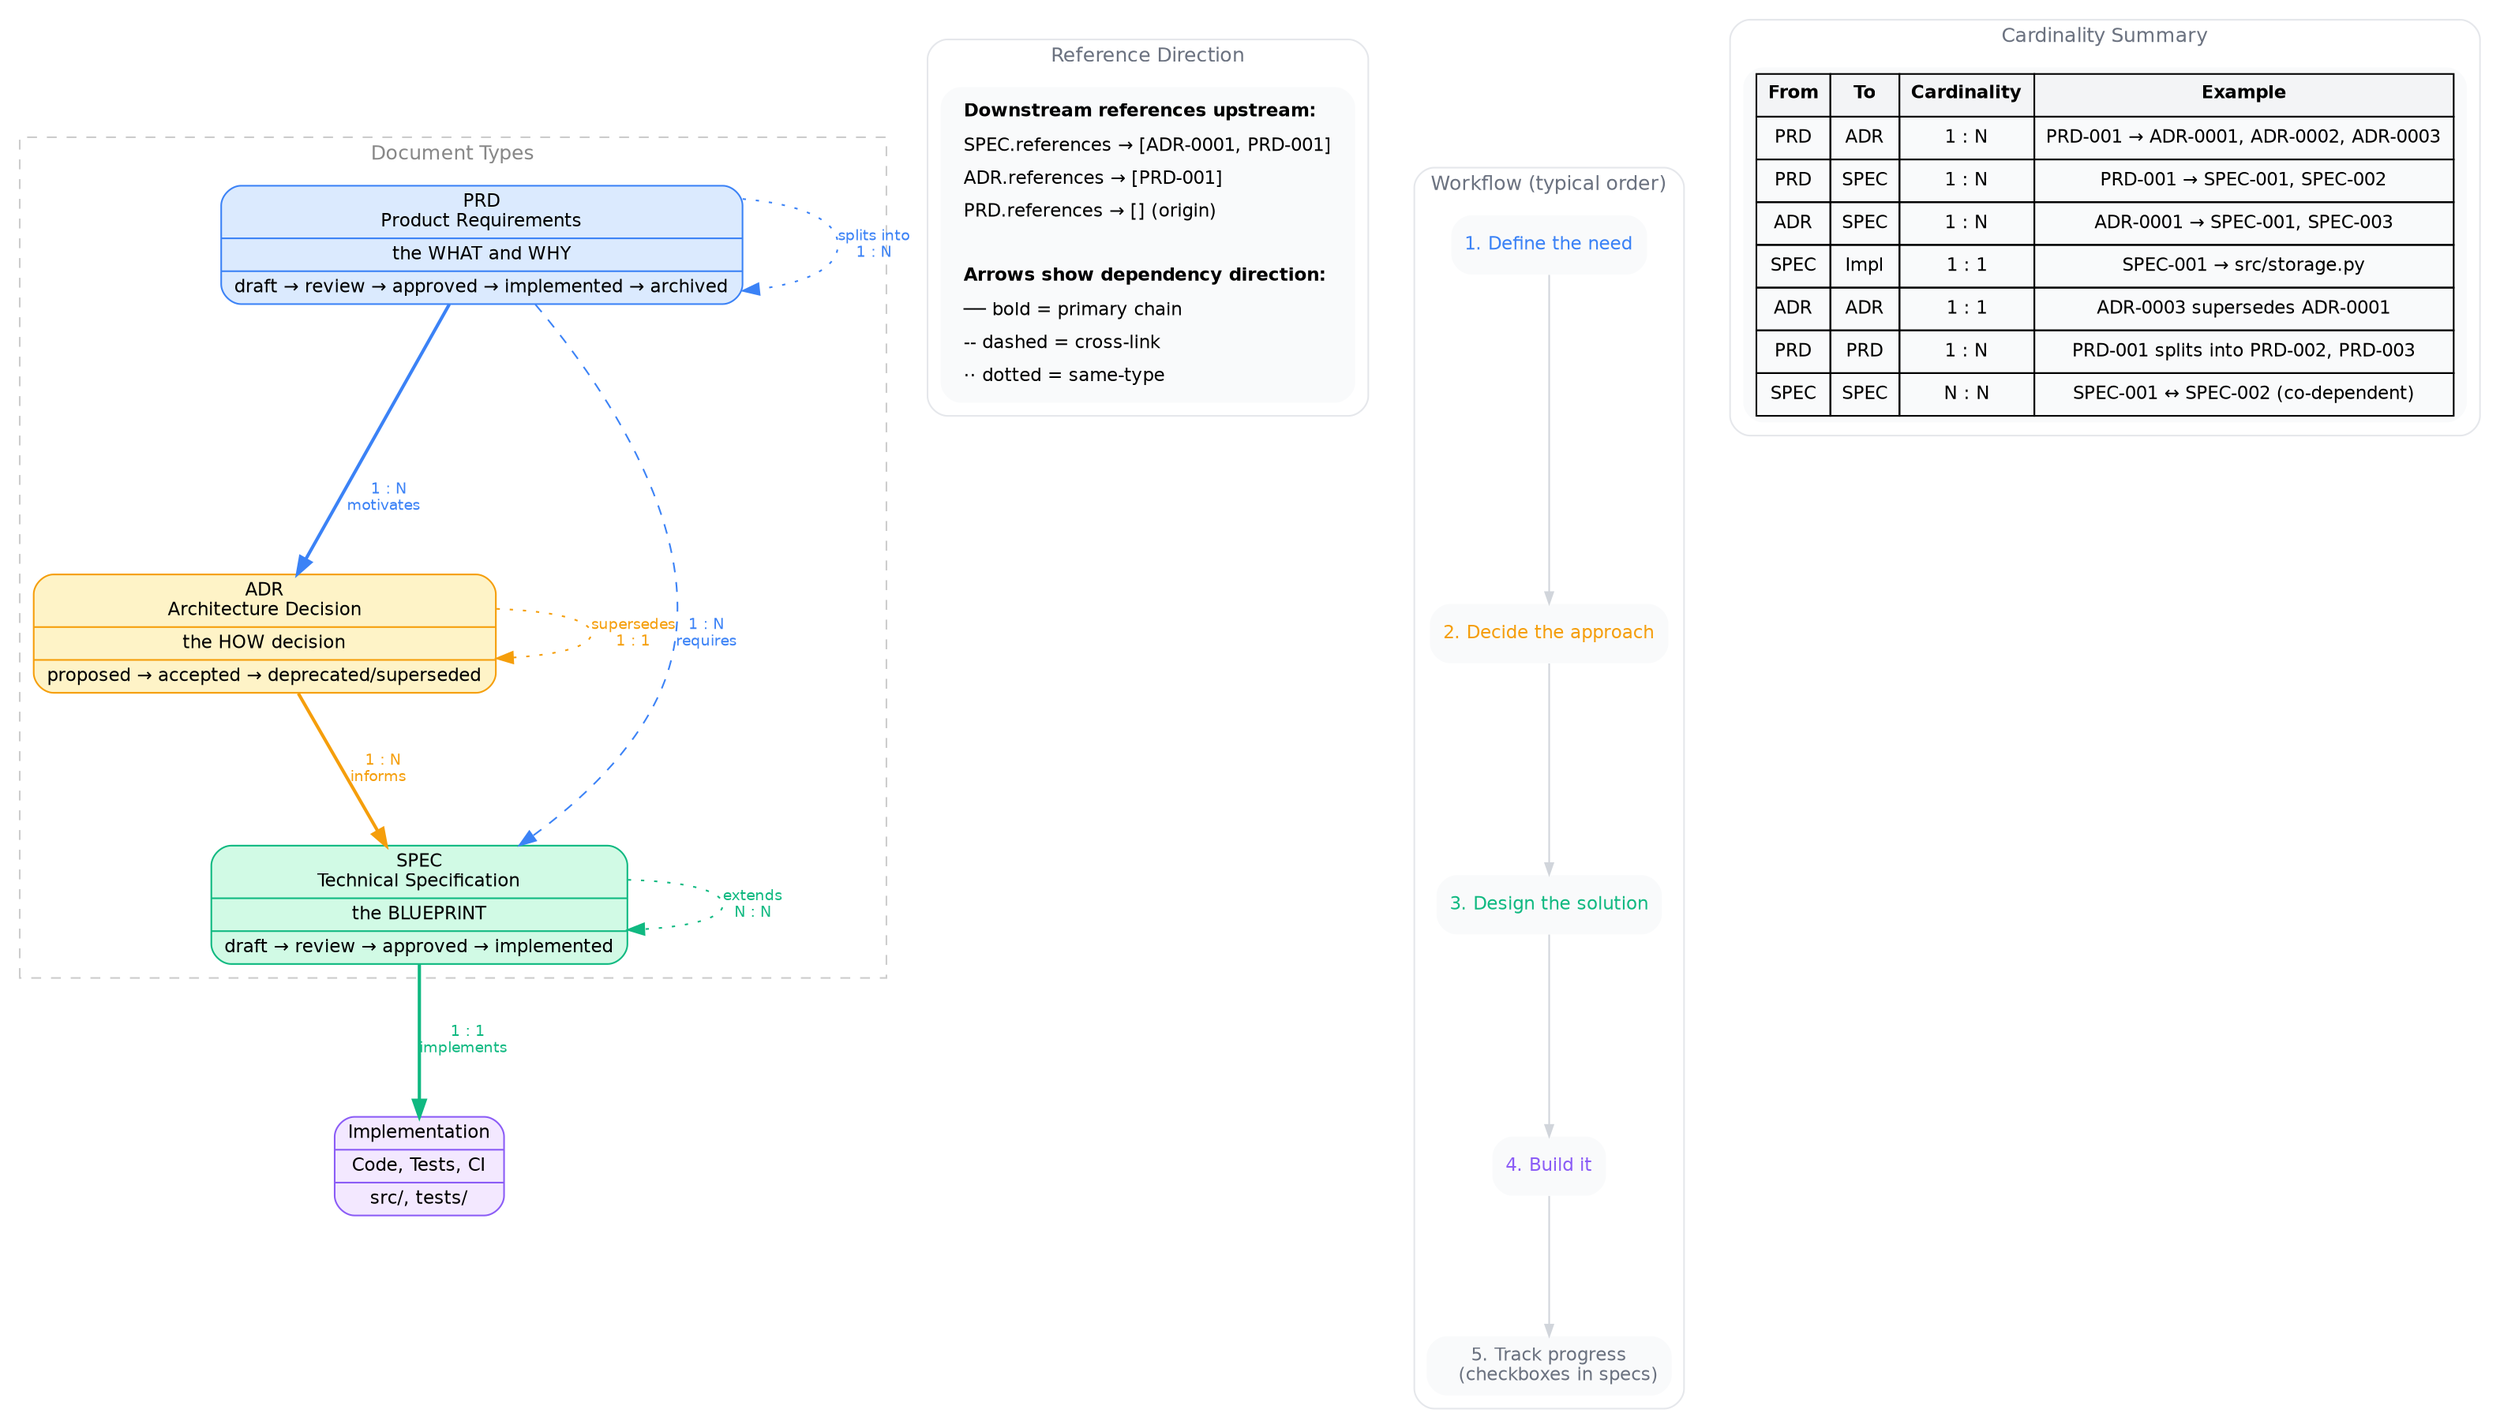
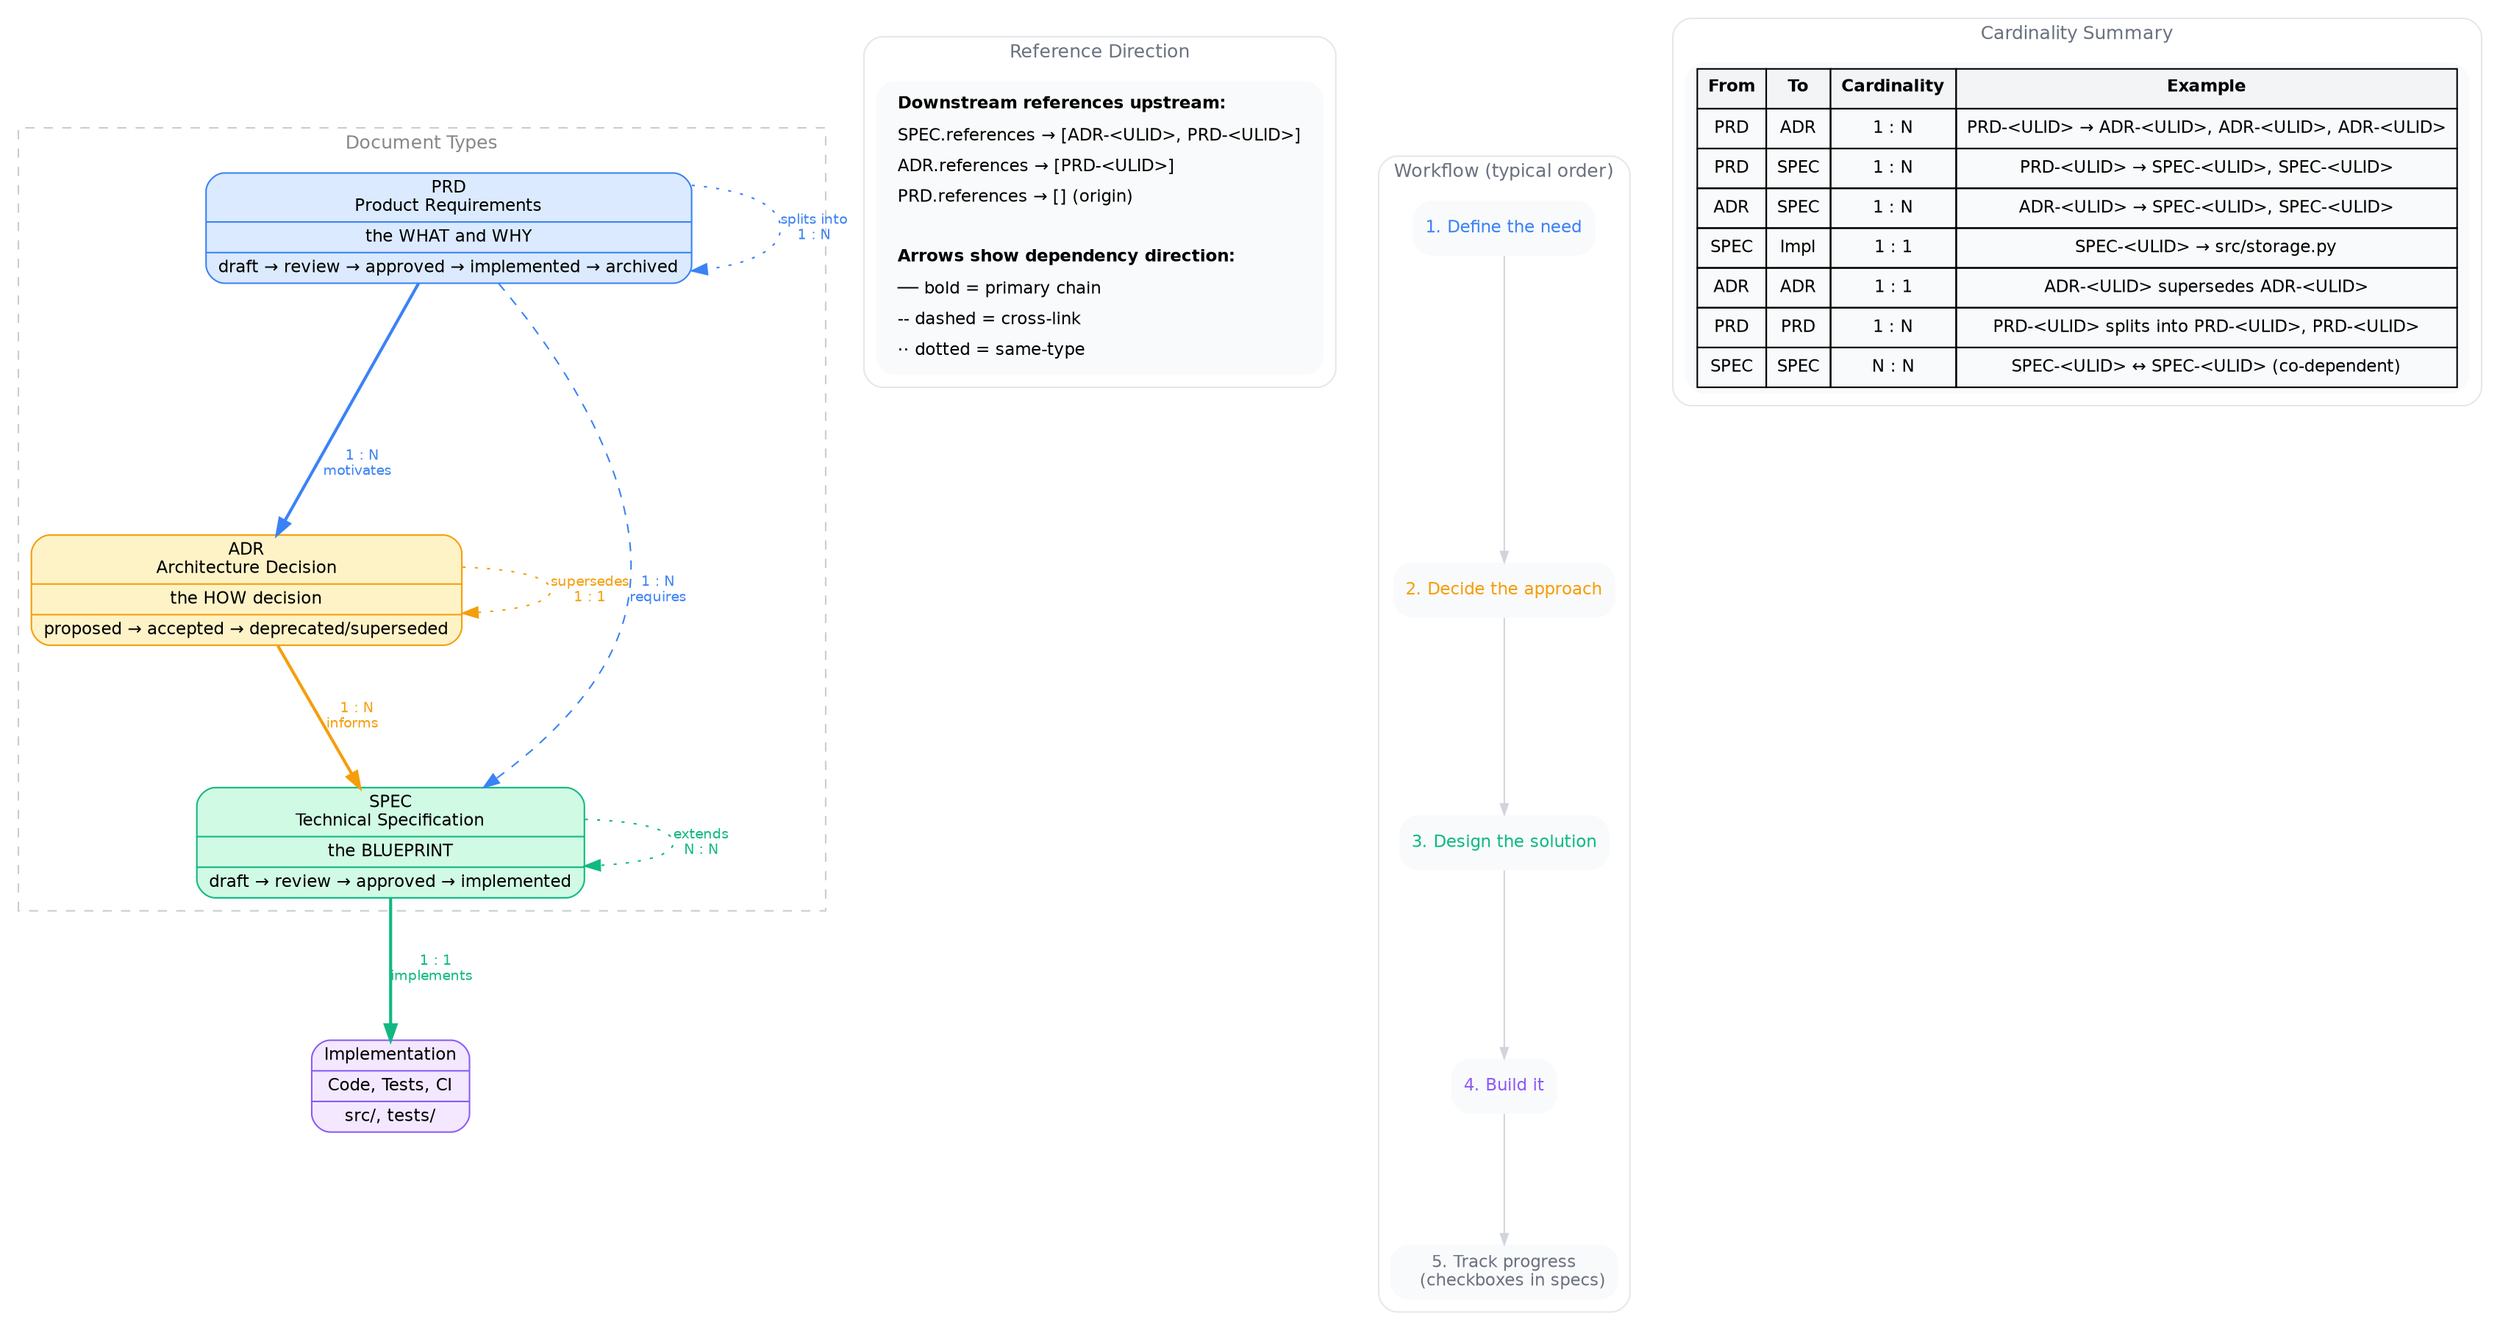
digraph decree_model {
    // ── Global ──────────────────────────────────────────────
    rankdir=TB
    fontname="Helvetica"
    fontsize=12
    bgcolor="white"
    newrank=true
    compound=true
    nodesep=0.8
    ranksep=1.0

    // ── Node defaults ───────────────────────────────────────
    node [
        fontname="Helvetica"
        fontsize=11
        style="filled,rounded"
        shape=record
    ]
    edge [
        fontname="Helvetica"
        fontsize=9
        color="#555555"
    ]

    // ════════════════════════════════════════════════════════
    // DOCUMENT TYPES
    // ════════════════════════════════════════════════════════

    subgraph cluster_docs {
        label="Document Types"
        style="dashed"
        color="#cccccc"
        fontcolor="#888888"

        prd [
            label="{PRD\nProduct Requirements|the WHAT and WHY|draft → review → approved → implemented → archived}"
            fillcolor="#dbeafe"
            color="#3b82f6"
        ]

        adr [
            label="{ADR\nArchitecture Decision|the HOW decision|proposed → accepted → deprecated/superseded}"
            fillcolor="#fef3c7"
            color="#f59e0b"
        ]

        spec [
            label="{SPEC\nTechnical Specification|the BLUEPRINT|draft → review → approved → implemented}"
            fillcolor="#d1fae5"
            color="#10b981"
        ]
    }

    // ════════════════════════════════════════════════════════
    // IMPLEMENTATION (not a decree doc — the actual code)
    // ════════════════════════════════════════════════════════

    impl [
        label="{Implementation|Code, Tests, CI|src/, tests/}"
        fillcolor="#f3e8ff"
        color="#8b5cf6"
        shape=record
    ]

    // ════════════════════════════════════════════════════════
    // CROSS-TYPE RELATIONSHIPS
    // ════════════════════════════════════════════════════════

    // PRD → ADR: one feature needs multiple architecture decisions
    prd -> adr [
        label="  1 : N\nmotivates"
        style="bold"
        color="#3b82f6"
        fontcolor="#3b82f6"
    ]

    // PRD → SPEC: one feature needs multiple technical designs
    prd -> spec [
        label="1 : N  \nrequires  "
        style="dashed"
        color="#3b82f6"
        fontcolor="#3b82f6"
    ]

    // ADR → SPEC: one decision informs multiple specs
    adr -> spec [
        label="  1 : N\ninforms"
        style="bold"
        color="#f59e0b"
        fontcolor="#f59e0b"
    ]

    // SPEC → Implementation: one spec = one implementation unit
    spec -> impl [
        label="  1 : 1\nimplements"
        style="bold"
        color="#10b981"
        fontcolor="#10b981"
    ]

    // ════════════════════════════════════════════════════════
    // SAME-TYPE RELATIONSHIPS
    // ════════════════════════════════════════════════════════

    // ADR supersedes ADR
    adr -> adr [
        label="supersedes\n1 : 1"
        style="dotted"
        color="#f59e0b"
        fontcolor="#f59e0b"
        constraint=false
    ]

    // PRD lineage (split/merge)
    prd -> prd [
        label="splits into\n1 : N"
        style="dotted"
        color="#3b82f6"
        fontcolor="#3b82f6"
        constraint=false
    ]

    // SPEC extends SPEC
    spec -> spec [
        label="extends\nN : N"
        style="dotted"
        color="#10b981"
        fontcolor="#10b981"
        constraint=false
    ]

    // ════════════════════════════════════════════════════════
    // REFERENCE DIRECTION ANNOTATION
    // ════════════════════════════════════════════════════════

    subgraph cluster_legend {
        label="Reference Direction"
        style="rounded"
        color="#e5e7eb"
        fillcolor="#f9fafb"
        fontcolor="#6b7280"

        legend [
            shape=plaintext
            fillcolor="#f9fafb"
            label=<
<TABLE BORDER="0" CELLBORDER="0" CELLSPACING="4">
  <TR><TD ALIGN="LEFT"><B>Downstream references upstream:</B></TD></TR>
-   <TR><TD ALIGN="LEFT">SPEC.references → [ADR-0001, PRD-001]</TD></TR>
-   <TR><TD ALIGN="LEFT">ADR.references → [PRD-001]</TD></TR>
+   <TR><TD ALIGN="LEFT">SPEC.references → [ADR-&lt;ULID&gt;, PRD-&lt;ULID&gt;]</TD></TR>
+   <TR><TD ALIGN="LEFT">ADR.references → [PRD-&lt;ULID&gt;]</TD></TR>
  <TR><TD ALIGN="LEFT">PRD.references → [] (origin)</TD></TR>
  <TR><TD ALIGN="LEFT"> </TD></TR>
  <TR><TD ALIGN="LEFT"><B>Arrows show dependency direction:</B></TD></TR>
  <TR><TD ALIGN="LEFT">── bold = primary chain</TD></TR>
  <TR><TD ALIGN="LEFT">-- dashed = cross-link</TD></TR>
  <TR><TD ALIGN="LEFT">·· dotted = same-type</TD></TR>
</TABLE>
            >
        ]
    }

    // ════════════════════════════════════════════════════════
    // WORKFLOW STEPS
    // ════════════════════════════════════════════════════════

    subgraph cluster_workflow {
        label="Workflow (typical order)"
        style="rounded"
        color="#e5e7eb"
        fillcolor="#f9fafb"
        fontcolor="#6b7280"

        step1 [label="1. Define the need" shape=plaintext fillcolor="#f9fafb" fontcolor="#3b82f6"]
        step2 [label="2. Decide the approach" shape=plaintext fillcolor="#f9fafb" fontcolor="#f59e0b"]
        step3 [label="3. Design the solution" shape=plaintext fillcolor="#f9fafb" fontcolor="#10b981"]
        step4 [label="4. Build it" shape=plaintext fillcolor="#f9fafb" fontcolor="#8b5cf6"]
        step5 [label="5. Track progress\n   (checkboxes in specs)" shape=plaintext fillcolor="#f9fafb" fontcolor="#6b7280"]

        step1 -> step2 -> step3 -> step4 -> step5 [
            color="#d1d5db"
            arrowsize=0.7
        ]
    }

    // ════════════════════════════════════════════════════════
    // CARDINALITY SUMMARY
    // ════════════════════════════════════════════════════════

    subgraph cluster_cardinality {
        label="Cardinality Summary"
        style="rounded"
        color="#e5e7eb"
        fillcolor="#f9fafb"
        fontcolor="#6b7280"

        card [
            shape=plaintext
            fillcolor="#f9fafb"
            label=<
<TABLE BORDER="0" CELLBORDER="1" CELLSPACING="0" CELLPADDING="6">
  <TR>
    <TD BGCOLOR="#f3f4f6"><B>From</B></TD>
    <TD BGCOLOR="#f3f4f6"><B>To</B></TD>
    <TD BGCOLOR="#f3f4f6"><B>Cardinality</B></TD>
    <TD BGCOLOR="#f3f4f6"><B>Example</B></TD>
  </TR>
  <TR>
    <TD>PRD</TD><TD>ADR</TD><TD>1 : N</TD>
-     <TD>PRD-001 → ADR-0001, ADR-0002, ADR-0003</TD>
+     <TD>PRD-&lt;ULID&gt; → ADR-&lt;ULID&gt;, ADR-&lt;ULID&gt;, ADR-&lt;ULID&gt;</TD>
  </TR>
  <TR>
    <TD>PRD</TD><TD>SPEC</TD><TD>1 : N</TD>
-     <TD>PRD-001 → SPEC-001, SPEC-002</TD>
+     <TD>PRD-&lt;ULID&gt; → SPEC-&lt;ULID&gt;, SPEC-&lt;ULID&gt;</TD>
  </TR>
  <TR>
    <TD>ADR</TD><TD>SPEC</TD><TD>1 : N</TD>
-     <TD>ADR-0001 → SPEC-001, SPEC-003</TD>
+     <TD>ADR-&lt;ULID&gt; → SPEC-&lt;ULID&gt;, SPEC-&lt;ULID&gt;</TD>
  </TR>
  <TR>
    <TD>SPEC</TD><TD>Impl</TD><TD>1 : 1</TD>
-     <TD>SPEC-001 → src/storage.py</TD>
+     <TD>SPEC-&lt;ULID&gt; → src/storage.py</TD>
  </TR>
  <TR>
    <TD>ADR</TD><TD>ADR</TD><TD>1 : 1</TD>
-     <TD>ADR-0003 supersedes ADR-0001</TD>
+     <TD>ADR-&lt;ULID&gt; supersedes ADR-&lt;ULID&gt;</TD>
  </TR>
  <TR>
    <TD>PRD</TD><TD>PRD</TD><TD>1 : N</TD>
-     <TD>PRD-001 splits into PRD-002, PRD-003</TD>
+     <TD>PRD-&lt;ULID&gt; splits into PRD-&lt;ULID&gt;, PRD-&lt;ULID&gt;</TD>
  </TR>
  <TR>
    <TD>SPEC</TD><TD>SPEC</TD><TD>N : N</TD>
-     <TD>SPEC-001 ↔ SPEC-002 (co-dependent)</TD>
+     <TD>SPEC-&lt;ULID&gt; ↔ SPEC-&lt;ULID&gt; (co-dependent)</TD>
  </TR>
</TABLE>
            >
        ]
    }
}
